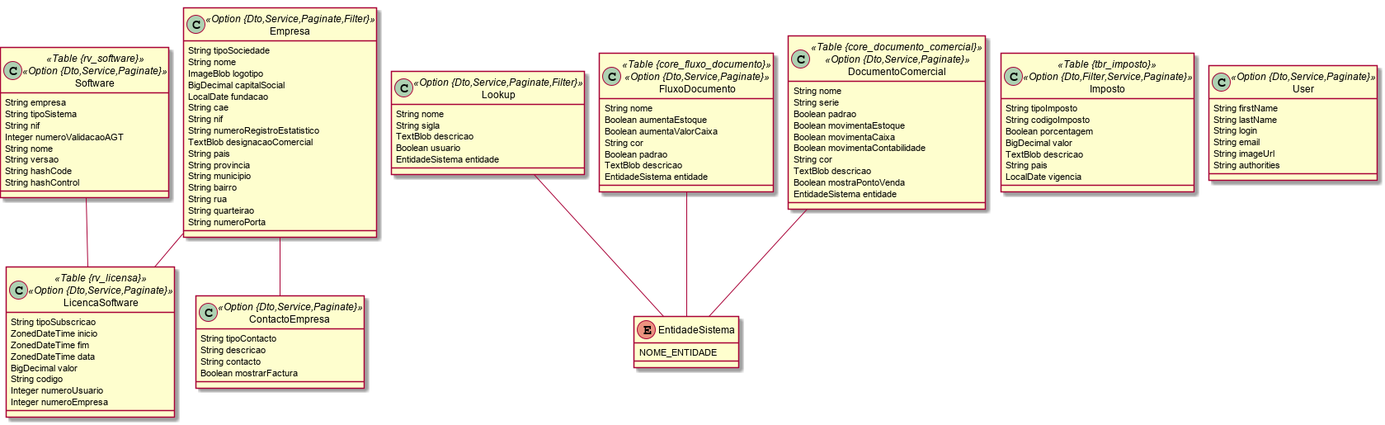
This is Core.png from ravunana/negocio-domain, a PlantUML export, as it was before one commit.
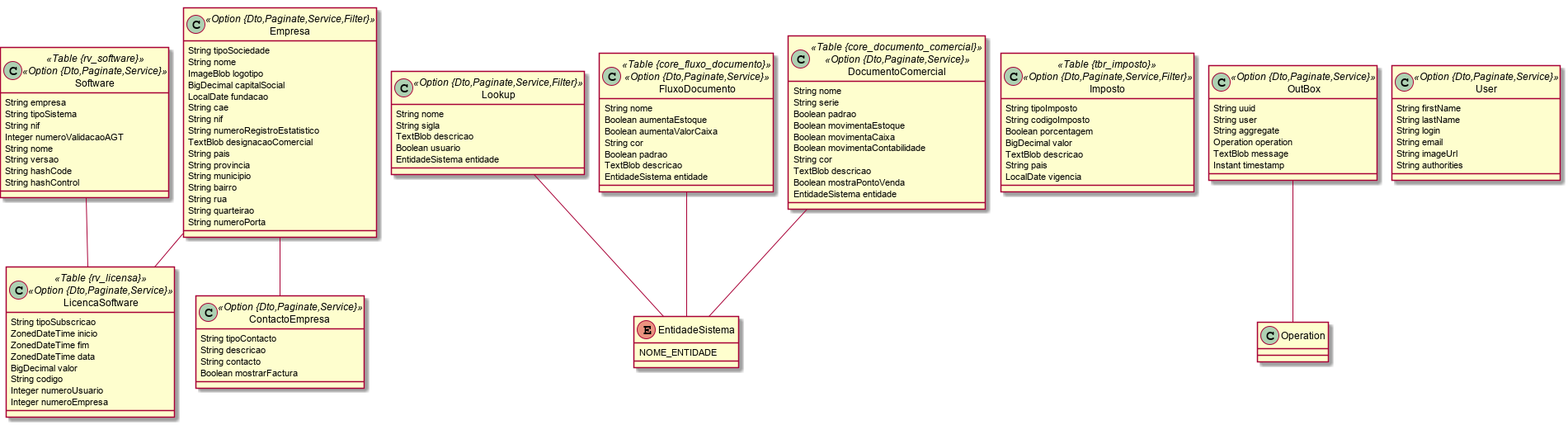
After the commit.

Diff of the diagram source:
```diff
@@ -1,7 +1,7 @@
 @startuml
 	!pragma graphviz_dot jdot
 	!pragma syntax class
-	class Software <<Table {rv_software}>><<Option {Dto,Service,Paginate}>> {
+	class Software <<Table {rv_software}>><<Option {Dto,Paginate,Service}>> {
 		String empresa
 		String tipoSistema
 		String nif
@@ -11,7 +11,7 @@
 		String hashCode
 		String hashControl
 	}
-	class LicencaSoftware <<Table {rv_licensa}>><<Option {Dto,Service,Paginate}>> {
+	class LicencaSoftware <<Table {rv_licensa}>><<Option {Dto,Paginate,Service}>> {
 		String tipoSubscricao
 		ZonedDateTime inicio
 		ZonedDateTime fim
@@ -24,7 +24,7 @@
 	enum EntidadeSistema {
 		NOME_ENTIDADE
 	}
-	class Lookup <<Option {Dto,Service,Paginate,Filter}>> {
+	class Lookup <<Option {Dto,Paginate,Service,Filter}>> {
 		String nome
 		String sigla
 		TextBlob descricao
@@ -32,7 +32,7 @@
 		EntidadeSistema entidade
 	}
 	Lookup ..> EntidadeSistema
-	class FluxoDocumento <<Table {core_fluxo_documento}>><<Option {Dto,Service,Paginate}>> {
+	class FluxoDocumento <<Table {core_fluxo_documento}>><<Option {Dto,Paginate,Service}>> {
 		String nome
 		Boolean aumentaEstoque
 		Boolean aumentaValorCaixa
@@ -42,7 +42,7 @@
 		EntidadeSistema entidade
 	}
 	FluxoDocumento ..> EntidadeSistema
-	class DocumentoComercial <<Table {core_documento_comercial}>><<Option {Dto,Service,Paginate}>> {
+	class DocumentoComercial <<Table {core_documento_comercial}>><<Option {Dto,Paginate,Service}>> {
 		String nome
 		String serie
 		Boolean padrao
@@ -55,7 +55,7 @@
 		EntidadeSistema entidade
 	}
 	DocumentoComercial ..> EntidadeSistema
-	class Imposto <<Table {tbr_imposto}>><<Option {Dto,Filter,Service,Paginate}>> {
+	class Imposto <<Table {tbr_imposto}>><<Option {Dto,Paginate,Service,Filter}>> {
 		String tipoImposto
 		String codigoImposto
 		Boolean porcentagem
@@ -64,7 +64,7 @@
 		String pais
 		LocalDate vigencia
 	}
-	class Empresa <<Option {Dto,Service,Paginate,Filter}>> {
+	class Empresa <<Option {Dto,Paginate,Service,Filter}>> {
 		String tipoSociedade
 		String nome
 		ImageBlob logotipo
@@ -82,16 +82,25 @@
 		String quarteirao
 		String numeroPorta
 	}
-	class ContactoEmpresa <<Option {Dto,Service,Paginate}>> {
+	class ContactoEmpresa <<Option {Dto,Paginate,Service}>> {
 		String tipoContacto
 		String descricao
 		String contacto
 		Boolean mostrarFactura
 	}
+	class OutBox <<Option {Dto,Paginate,Service}>> {
+		String uuid
+		String user
+		String aggregate
+		Operation operation
+		TextBlob message
+		Instant timestamp
+	}
+	OutBox ..> Operation
 	Empresa  "0..1 " --o "empresa(nome)  1..* "  ContactoEmpresa
 	Software  "0..1 " --o "software(nome) 0..* "  LicencaSoftware
 	Empresa  "0..1 " --o "empresa(nome)  1..* "  LicencaSoftware
-	class User <<Option {Dto,Service,Paginate}>> {
+	class User <<Option {Dto,Paginate,Service}>> {
 		String firstName
 		String lastName
 		String login
```
